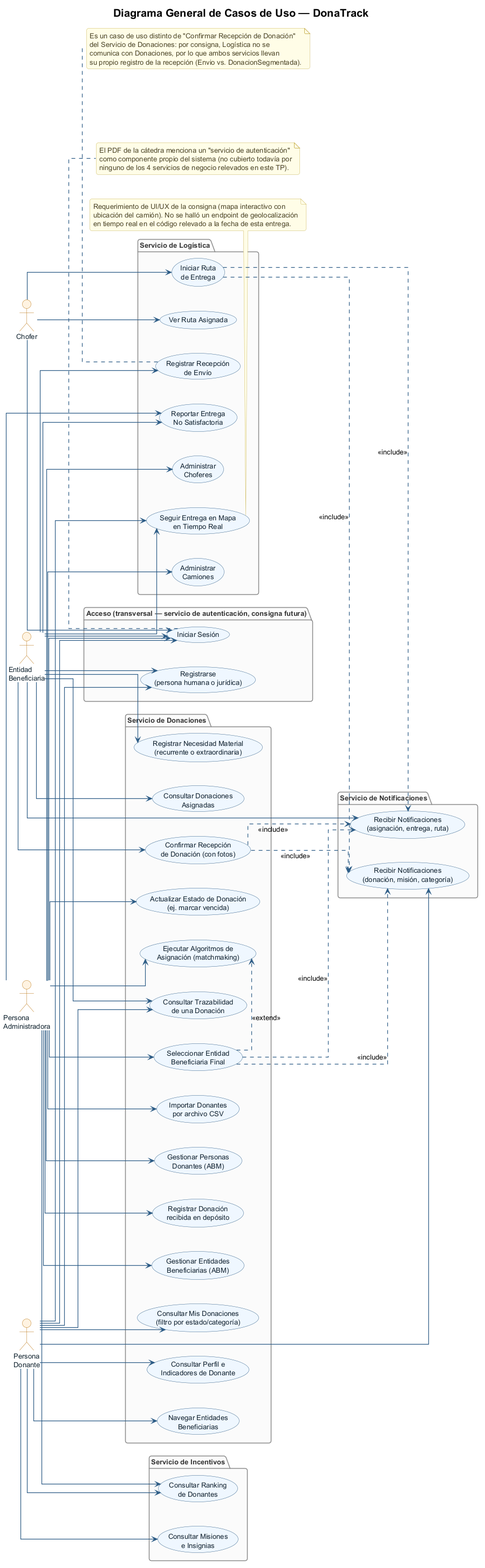
Above: docs/uml/casos-de-uso/general.png in aholman-utn/donatrack (PlantUML), before the change. Source of this version:
```plantuml
@startuml general
!include ../_style.puml

title Diagrama General de Casos de Uso — DonaTrack

left to right direction

actor "Persona\nDonante" as Donante
actor "Entidad\nBeneficiaria" as Entidad
actor "Persona\nAdministradora" as Admin
actor "Chofer" as Chofer

package "Acceso (transversal — servicio de autenticación, consigna futura)" {
    usecase "Registrarse\n(persona humana o jurídica)" as UC_Registro
    usecase "Iniciar Sesión" as UC_Login
}

Donante --> UC_Registro
Entidad --> UC_Registro
Donante --> UC_Login
Entidad --> UC_Login
Admin --> UC_Login
Chofer --> UC_Login

package "Servicio de Donaciones" {
    usecase "Importar Donantes\npor archivo CSV" as UC_ImportarCSV
    usecase "Gestionar Personas\nDonantes (ABM)" as UC_GestionarDonantes
    usecase "Registrar Donación\nrecibida en depósito" as UC_RegistrarDonacion
    usecase "Consultar Mis Donaciones\n(filtro por estado/categoría)" as UC_ConsultarMisDonaciones
    usecase "Consultar Perfil e\nIndicadores de Donante" as UC_PerfilDonante
    usecase "Navegar Entidades\nBeneficiarias" as UC_NavegarEntidades
    usecase "Gestionar Entidades\nBeneficiarias (ABM)" as UC_GestionarEntidades
    usecase "Registrar Necesidad Material\n(recurrente o extraordinaria)" as UC_RegistrarNecesidad
    usecase "Consultar Donaciones\nAsignadas" as UC_ConsultarAsignadas
    usecase "Ejecutar Algoritmos de\nAsignación (matchmaking)" as UC_EjecutarMatchmaking
    usecase "Seleccionar Entidad\nBeneficiaria Final" as UC_SeleccionarEntidad
    usecase "Actualizar Estado de Donación\n(ej. marcar vencida)" as UC_ActualizarEstado
    usecase "Confirmar Recepción\nde Donación (con fotos)" as UC_ConfirmarRecepcionDon
    usecase "Consultar Trazabilidad\nde una Donación" as UC_Trazabilidad

    UC_SeleccionarEntidad .> UC_EjecutarMatchmaking : <<extend>>
}

Admin --> UC_ImportarCSV
Admin --> UC_GestionarDonantes
Admin --> UC_RegistrarDonacion
Admin --> UC_GestionarEntidades
Admin --> UC_EjecutarMatchmaking
Admin --> UC_SeleccionarEntidad
Admin --> UC_ActualizarEstado

Donante --> UC_ConsultarMisDonaciones
Donante --> UC_PerfilDonante
Donante --> UC_NavegarEntidades
Donante --> UC_Trazabilidad

Entidad --> UC_RegistrarNecesidad
Entidad --> UC_ConsultarAsignadas
Entidad --> UC_ConfirmarRecepcionDon
Entidad --> UC_Trazabilidad

package "Servicio de Incentivos" {
    usecase "Consultar Misiones\ne Insignias" as UC_Misiones
    usecase "Consultar Ranking\nde Donantes" as UC_Ranking
}

Donante --> UC_Misiones
Donante --> UC_Ranking
Admin --> UC_Ranking

package "Servicio de Notificaciones" {
    usecase "Recibir Notificaciones\n(donación, misión, categoría)" as UC_NotifDonante
    usecase "Recibir Notificaciones\n(asignación, entrega, ruta)" as UC_NotifEntidad
}

Donante --> UC_NotifDonante
Entidad --> UC_NotifEntidad

package "Servicio de Logística" {
    usecase "Administrar\nCamiones" as UC_Camiones
    usecase "Administrar\nChoferes" as UC_Choferes
    usecase "Ver Ruta Asignada" as UC_VerRuta
    usecase "Iniciar Ruta\nde Entrega" as UC_IniciarRuta
    usecase "Registrar Recepción\nde Envío" as UC_RegistrarRecepcionEnvio
    usecase "Reportar Entrega\nNo Satisfactoria" as UC_EntregaFallida
    usecase "Seguir Entrega en Mapa\nen Tiempo Real" as UC_SeguirMapa
}

Admin --> UC_Camiones
Admin --> UC_Choferes
Chofer --> UC_VerRuta
Chofer --> UC_IniciarRuta
Entidad --> UC_RegistrarRecepcionEnvio
Entidad --> UC_EntregaFallida
Admin --> UC_EntregaFallida
Donante --> UC_SeguirMapa
Entidad --> UC_SeguirMapa

UC_ConfirmarRecepcionDon ..> UC_NotifDonante : <<include>>
UC_ConfirmarRecepcionDon ..> UC_NotifEntidad : <<include>>
UC_IniciarRuta ..> UC_NotifDonante : <<include>>
UC_IniciarRuta ..> UC_NotifEntidad : <<include>>
UC_SeleccionarEntidad ..> UC_NotifEntidad : <<include>>
UC_SeleccionarEntidad ..> UC_NotifDonante : <<include>>

note bottom of UC_SeguirMapa
    Requerimiento de UI/UX de la consigna (mapa interactivo con
    ubicación del camión). No se halló un endpoint de geolocalización
    en tiempo real en el código relevado a la fecha de esta entrega.
end note

note bottom of UC_Login
    El PDF de la cátedra menciona un "servicio de autenticación"
    como componente propio del sistema (no cubierto todavía por
    ninguno de los 4 servicios de negocio relevados en este TP).
end note

note bottom of UC_RegistrarRecepcionEnvio
    Es un caso de uso distinto de "Confirmar Recepción de Donación"
    del Servicio de Donaciones: por consigna, Logística no se
    comunica con Donaciones, por lo que ambos servicios llevan
    su propio registro de la recepción (Envio vs. DonacionSegmentada).
end note

@enduml
```
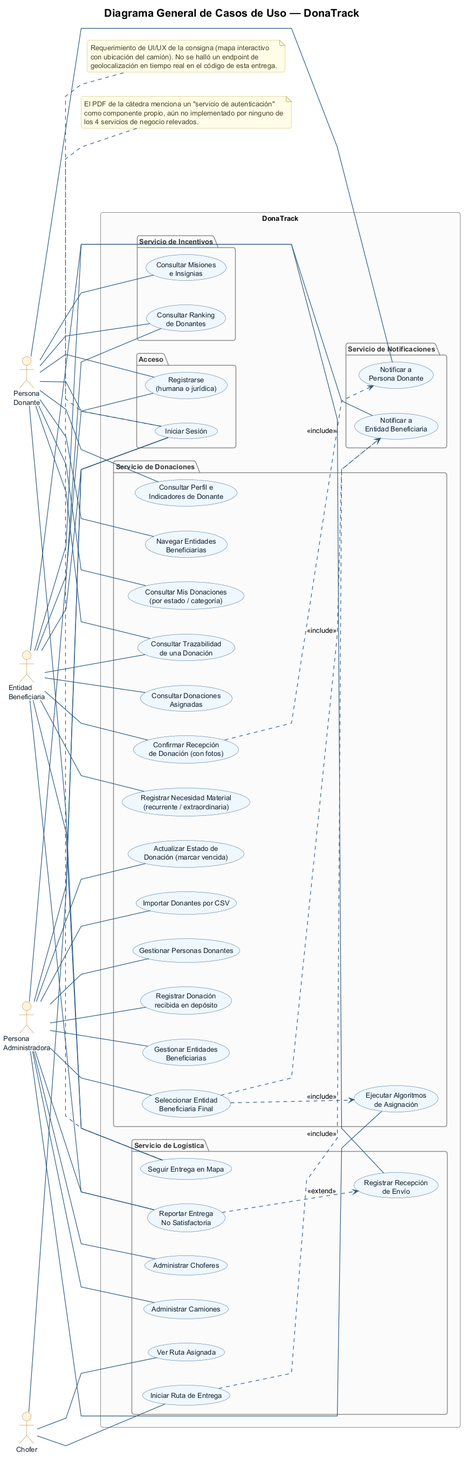
The same file after the commit.

Diff of the diagram source:
```diff
@@ -1,125 +1,121 @@
 @startuml general
 !include ../_style.puml
+skinparam linetype polyline
 
 title Diagrama General de Casos de Uso — DonaTrack
 
 left to right direction
+
 
 actor "Persona\nDonante" as Donante
 actor "Entidad\nBeneficiaria" as Entidad
 actor "Persona\nAdministradora" as Admin
 actor "Chofer" as Chofer
 
-package "Acceso (transversal — servicio de autenticación, consigna futura)" {
-    usecase "Registrarse\n(persona humana o jurídica)" as UC_Registro
-    usecase "Iniciar Sesión" as UC_Login
+rectangle "DonaTrack" {
+
+    package "Acceso" {
+        usecase "Registrarse\n(humana o jurídica)" as UC_Registro
+        usecase "Iniciar Sesión" as UC_Login
+    }
+
+    package "Servicio de Donaciones" {
+        usecase "Importar Donantes por CSV" as UC_ImportarCSV
+        usecase "Gestionar Personas Donantes" as UC_GestionarDonantes
+        usecase "Registrar Donación\nrecibida en depósito" as UC_RegistrarDonacion
+        usecase "Consultar Mis Donaciones\n(por estado / categoría)" as UC_ConsultarMisDonaciones
+        usecase "Consultar Perfil e\nIndicadores de Donante" as UC_PerfilDonante
+        usecase "Navegar Entidades\nBeneficiarias" as UC_NavegarEntidades
+        usecase "Gestionar Entidades\nBeneficiarias" as UC_GestionarEntidades
+        usecase "Registrar Necesidad Material\n(recurrente / extraordinaria)" as UC_RegistrarNecesidad
+        usecase "Consultar Donaciones\nAsignadas" as UC_ConsultarAsignadas
+        usecase "Ejecutar Algoritmos\nde Asignación" as UC_EjecutarMatchmaking
+        usecase "Seleccionar Entidad\nBeneficiaria Final" as UC_SeleccionarEntidad
+        usecase "Actualizar Estado de\nDonación (marcar vencida)" as UC_ActualizarEstado
+        usecase "Confirmar Recepción\nde Donación (con fotos)" as UC_ConfirmarRecepcionDon
+        usecase "Consultar Trazabilidad\nde una Donación" as UC_Trazabilidad
+    }
+
+    package "Servicio de Incentivos" {
+        usecase "Consultar Misiones\ne Insignias" as UC_Misiones
+        usecase "Consultar Ranking\nde Donantes" as UC_Ranking
+    }
+
+    package "Servicio de Notificaciones" {
+        usecase "Notificar a\nPersona Donante" as UC_NotifDonante
+        usecase "Notificar a\nEntidad Beneficiaria" as UC_NotifEntidad
+    }
+
+    package "Servicio de Logística" {
+        usecase "Administrar Camiones" as UC_Camiones
+        usecase "Administrar Choferes" as UC_Choferes
+        usecase "Ver Ruta Asignada" as UC_VerRuta
+        usecase "Iniciar Ruta de Entrega" as UC_IniciarRuta
+        usecase "Registrar Recepción\nde Envío" as UC_RegistrarRecepcionEnvio
+        usecase "Reportar Entrega\nNo Satisfactoria" as UC_EntregaFallida
+        usecase "Seguir Entrega en Mapa" as UC_SeguirMapa
+    }
 }
 
-Donante --> UC_Registro
-Entidad --> UC_Registro
-Donante --> UC_Login
-Entidad --> UC_Login
-Admin --> UC_Login
-Chofer --> UC_Login
+Donante -- UC_Registro
+Entidad -- UC_Registro
+Donante -- UC_Login
+Entidad -- UC_Login
+Admin   -- UC_Login
+Chofer  -- UC_Login
 
-package "Servicio de Donaciones" {
-    usecase "Importar Donantes\npor archivo CSV" as UC_ImportarCSV
-    usecase "Gestionar Personas\nDonantes (ABM)" as UC_GestionarDonantes
-    usecase "Registrar Donación\nrecibida en depósito" as UC_RegistrarDonacion
-    usecase "Consultar Mis Donaciones\n(filtro por estado/categoría)" as UC_ConsultarMisDonaciones
-    usecase "Consultar Perfil e\nIndicadores de Donante" as UC_PerfilDonante
-    usecase "Navegar Entidades\nBeneficiarias" as UC_NavegarEntidades
-    usecase "Gestionar Entidades\nBeneficiarias (ABM)" as UC_GestionarEntidades
-    usecase "Registrar Necesidad Material\n(recurrente o extraordinaria)" as UC_RegistrarNecesidad
-    usecase "Consultar Donaciones\nAsignadas" as UC_ConsultarAsignadas
-    usecase "Ejecutar Algoritmos de\nAsignación (matchmaking)" as UC_EjecutarMatchmaking
-    usecase "Seleccionar Entidad\nBeneficiaria Final" as UC_SeleccionarEntidad
-    usecase "Actualizar Estado de Donación\n(ej. marcar vencida)" as UC_ActualizarEstado
-    usecase "Confirmar Recepción\nde Donación (con fotos)" as UC_ConfirmarRecepcionDon
-    usecase "Consultar Trazabilidad\nde una Donación" as UC_Trazabilidad
+Admin -- UC_ImportarCSV
+Admin -- UC_GestionarDonantes
+Admin -- UC_RegistrarDonacion
+Admin -- UC_GestionarEntidades
+Admin -- UC_EjecutarMatchmaking
+Admin -- UC_SeleccionarEntidad
+Admin -- UC_ActualizarEstado
 
-    UC_SeleccionarEntidad .> UC_EjecutarMatchmaking : <<extend>>
-}
+Donante -- UC_ConsultarMisDonaciones
+Donante -- UC_PerfilDonante
+Donante -- UC_NavegarEntidades
+Donante -- UC_Trazabilidad
 
-Admin --> UC_ImportarCSV
-Admin --> UC_GestionarDonantes
-Admin --> UC_RegistrarDonacion
-Admin --> UC_GestionarEntidades
-Admin --> UC_EjecutarMatchmaking
-Admin --> UC_SeleccionarEntidad
-Admin --> UC_ActualizarEstado
+Entidad -- UC_RegistrarNecesidad
+Entidad -- UC_ConsultarAsignadas
+Entidad -- UC_ConfirmarRecepcionDon
+Entidad -- UC_Trazabilidad
 
-Donante --> UC_ConsultarMisDonaciones
-Donante --> UC_PerfilDonante
-Donante --> UC_NavegarEntidades
-Donante --> UC_Trazabilidad
+Donante -- UC_Misiones
+Donante -- UC_Ranking
+Admin   -- UC_Ranking
 
-Entidad --> UC_RegistrarNecesidad
-Entidad --> UC_ConsultarAsignadas
-Entidad --> UC_ConfirmarRecepcionDon
-Entidad --> UC_Trazabilidad
+Donante -- UC_NotifDonante
+Entidad -- UC_NotifEntidad
 
-package "Servicio de Incentivos" {
-    usecase "Consultar Misiones\ne Insignias" as UC_Misiones
-    usecase "Consultar Ranking\nde Donantes" as UC_Ranking
-}
+Admin  -- UC_Camiones
+Admin  -- UC_Choferes
+Chofer -- UC_VerRuta
+Chofer -- UC_IniciarRuta
+Entidad -- UC_RegistrarRecepcionEnvio
+Entidad -- UC_EntregaFallida
+Admin   -- UC_EntregaFallida
+Donante -- UC_SeguirMapa
+Entidad -- UC_SeguirMapa
 
-Donante --> UC_Misiones
-Donante --> UC_Ranking
-Admin --> UC_Ranking
-
-package "Servicio de Notificaciones" {
-    usecase "Recibir Notificaciones\n(donación, misión, categoría)" as UC_NotifDonante
-    usecase "Recibir Notificaciones\n(asignación, entrega, ruta)" as UC_NotifEntidad
-}
-
-Donante --> UC_NotifDonante
-Entidad --> UC_NotifEntidad
-
-package "Servicio de Logística" {
-    usecase "Administrar\nCamiones" as UC_Camiones
-    usecase "Administrar\nChoferes" as UC_Choferes
-    usecase "Ver Ruta Asignada" as UC_VerRuta
-    usecase "Iniciar Ruta\nde Entrega" as UC_IniciarRuta
-    usecase "Registrar Recepción\nde Envío" as UC_RegistrarRecepcionEnvio
-    usecase "Reportar Entrega\nNo Satisfactoria" as UC_EntregaFallida
-    usecase "Seguir Entrega en Mapa\nen Tiempo Real" as UC_SeguirMapa
-}
-
-Admin --> UC_Camiones
-Admin --> UC_Choferes
-Chofer --> UC_VerRuta
-Chofer --> UC_IniciarRuta
-Entidad --> UC_RegistrarRecepcionEnvio
-Entidad --> UC_EntregaFallida
-Admin --> UC_EntregaFallida
-Donante --> UC_SeguirMapa
-Entidad --> UC_SeguirMapa
-
+UC_SeleccionarEntidad ..> UC_EjecutarMatchmaking : <<include>>
 UC_ConfirmarRecepcionDon ..> UC_NotifDonante : <<include>>
-UC_ConfirmarRecepcionDon ..> UC_NotifEntidad : <<include>>
-UC_IniciarRuta ..> UC_NotifDonante : <<include>>
 UC_IniciarRuta ..> UC_NotifEntidad : <<include>>
 UC_SeleccionarEntidad ..> UC_NotifEntidad : <<include>>
-UC_SeleccionarEntidad ..> UC_NotifDonante : <<include>>
+
+UC_EntregaFallida ..> UC_RegistrarRecepcionEnvio : <<extend>>
 
 note bottom of UC_SeguirMapa
-    Requerimiento de UI/UX de la consigna (mapa interactivo con
-    ubicación del camión). No se halló un endpoint de geolocalización
-    en tiempo real en el código relevado a la fecha de esta entrega.
+    Requerimiento de UI/UX de la consigna (mapa interactivo
+    con ubicación del camión). No se halló un endpoint de
+    geolocalización en tiempo real en el código de esta entrega.
 end note
 
 note bottom of UC_Login
     El PDF de la cátedra menciona un "servicio de autenticación"
-    como componente propio del sistema (no cubierto todavía por
-    ninguno de los 4 servicios de negocio relevados en este TP).
-end note
-
-note bottom of UC_RegistrarRecepcionEnvio
-    Es un caso de uso distinto de "Confirmar Recepción de Donación"
-    del Servicio de Donaciones: por consigna, Logística no se
-    comunica con Donaciones, por lo que ambos servicios llevan
-    su propio registro de la recepción (Envio vs. DonacionSegmentada).
+    como componente propio, aún no implementado por ninguno de
+    los 4 servicios de negocio relevados.
 end note
 
 @enduml
```
